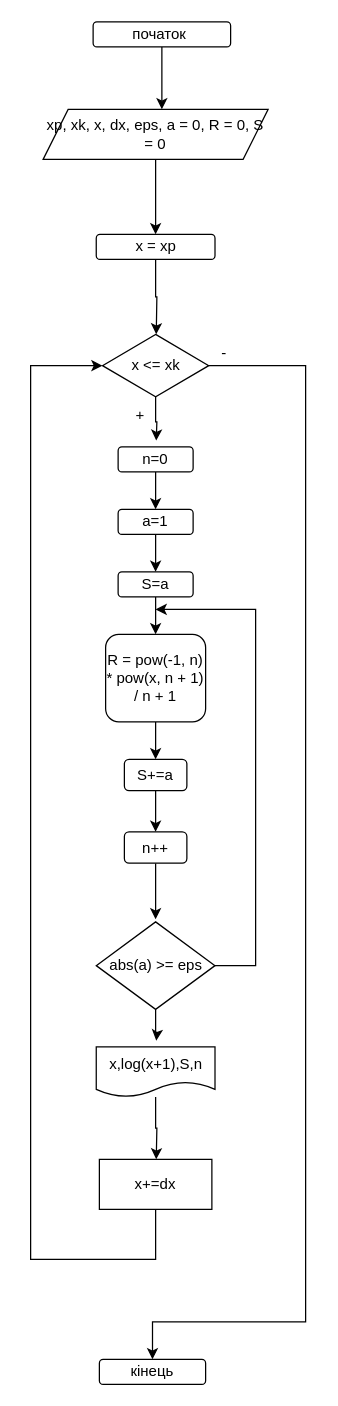
Before: Диаграмма без названия.drawio in Sofiia213/4.7, a draw.io diagram. Source tidied: cells renumbered, new cells numbered last; positions are measured from the earlier drawing's top-left corner, leaving out a move shared by most shapes. Both pictures are drawn from the tidied source at 125%, with x=0, y=0 at pixel (30, 21).
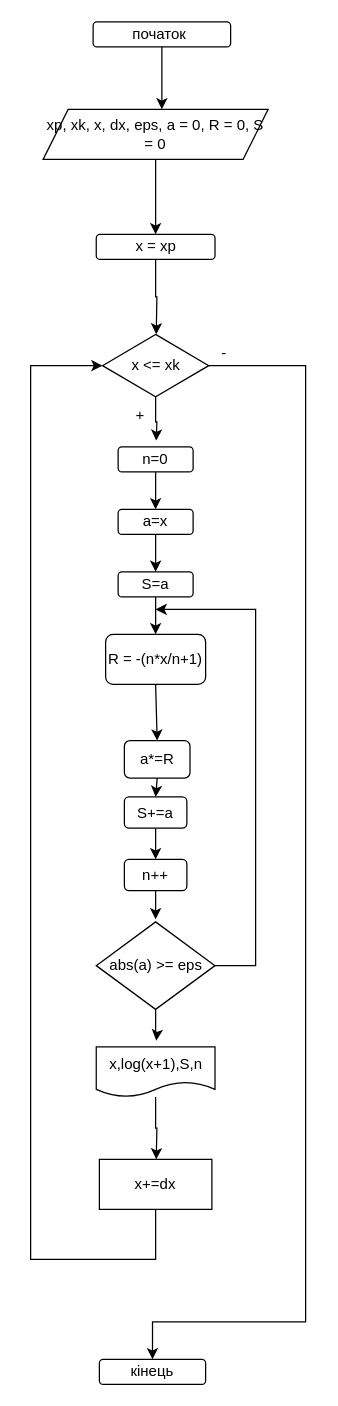
The same diagram, later.

Diff of the diagram source:
```diff
@@
-    <mxCell id="15" value="a=1" style="rounded=1;whiteSpace=wrap;html=1;" parent="1" vertex="1">
+    <mxCell id="15" value="a=x" style="rounded=1;whiteSpace=wrap;html=1;" parent="1" vertex="1">
       <mxGeometry x="70" y="390" width="60" height="20" as="geometry" />
     </mxCell>
@@
-    <mxCell id="18" style="edgeStyle=orthogonalEdgeStyle;rounded=0;jettySize=auto;html=1;" parent="1" edge="1" source="19" target="21">
-      <mxGeometry relative="1" as="geometry" />
-    </mxCell>
-    <mxCell id="19" value="R = pow(-1, n) * pow(x, n + 1) / n + 1" style="rounded=1;whiteSpace=wrap;html=1;" parent="1" vertex="1">
-      <mxGeometry x="60" y="490" width="80" height="70" as="geometry" />
+    <mxCell id="19" value="R = -(n*x/n+1)" style="rounded=1;whiteSpace=wrap;html=1;" parent="1" vertex="1">
+      <mxGeometry x="60" y="490" width="80" height="40" as="geometry" />
     </mxCell>
@@
     <mxCell id="21" value="S+=a" style="rounded=1;whiteSpace=wrap;html=1;" parent="1" vertex="1">
-      <mxGeometry x="75" y="590" width="50" height="25" as="geometry" />
+      <mxGeometry x="75" y="620" width="50" height="25" as="geometry" />
     </mxCell>
@@
     <mxCell id="23" value="n++" style="rounded=1;whiteSpace=wrap;html=1;" parent="1" vertex="1">
-      <mxGeometry x="75" y="648" width="50" height="25" as="geometry" />
+      <mxGeometry x="75" y="670" width="50" height="25" as="geometry" />
     </mxCell>
@@
+    <mxCell id="33" value="a*=R" style="rounded=1;whiteSpace=wrap;html=1;" parent="1" vertex="1">
+      <mxGeometry x="75" y="575" width="52.5" height="30" as="geometry" />
+    </mxCell>
+    <mxCell id="34" style="endArrow=classic;html=1;rounded=0;entryX=0.5;entryY=0;entryDx=0;entryDy=0;exitX=0.5;exitY=1;exitDx=0;exitDy=0;" parent="1" edge="1" source="33" target="21">
+      <mxGeometry relative="1" as="geometry" />
+    </mxCell>
+    <mxCell id="35" style="endArrow=classic;html=1;rounded=0;exitX=0.5;exitY=1;exitDx=0;exitDy=0;entryX=0.5;entryY=0;entryDx=0;entryDy=0;" parent="1" edge="1" source="19" target="33">
+      <mxGeometry relative="1" as="geometry" />
+    </mxCell>
```
